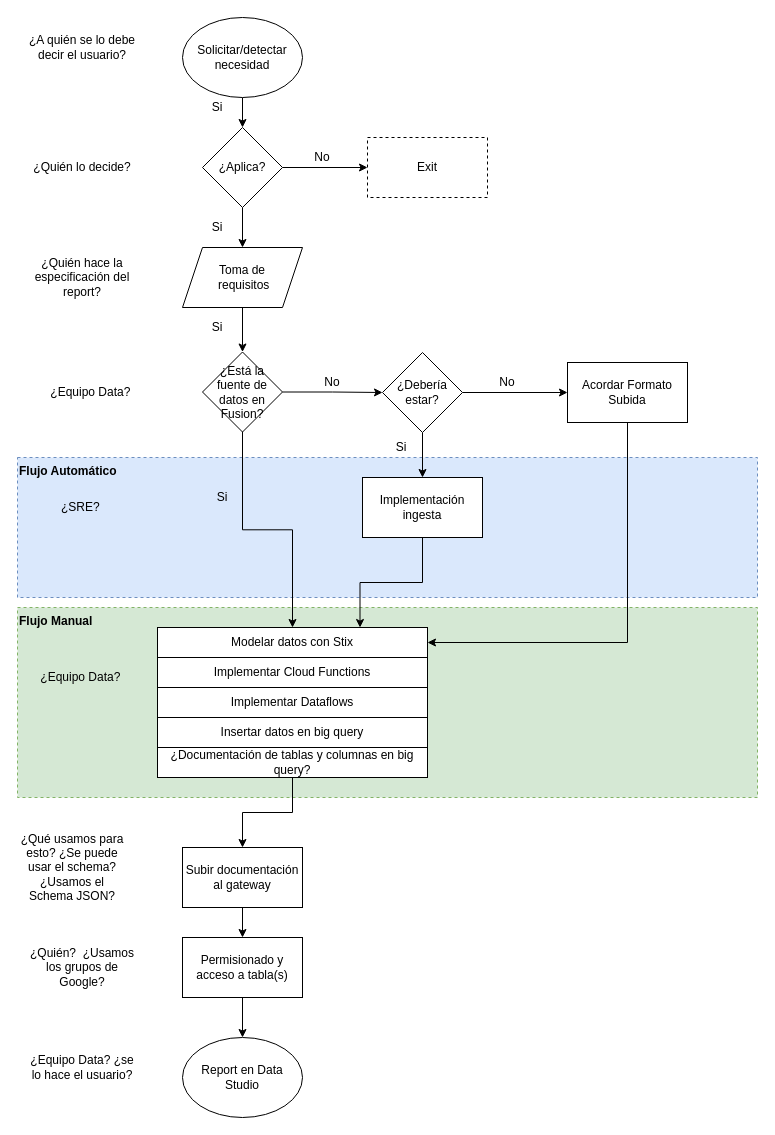
Before: userreporting.drawio in garretus/draw.io, a draw.io diagram. Source tidied: cells renumbered, new cells numbered last; positions are measured from the earlier drawing's top-left corner, leaving out a move shared by most shapes. Both pictures are drawn from the tidied source at 100%, with x=0, y=0 at pixel (17, 17).
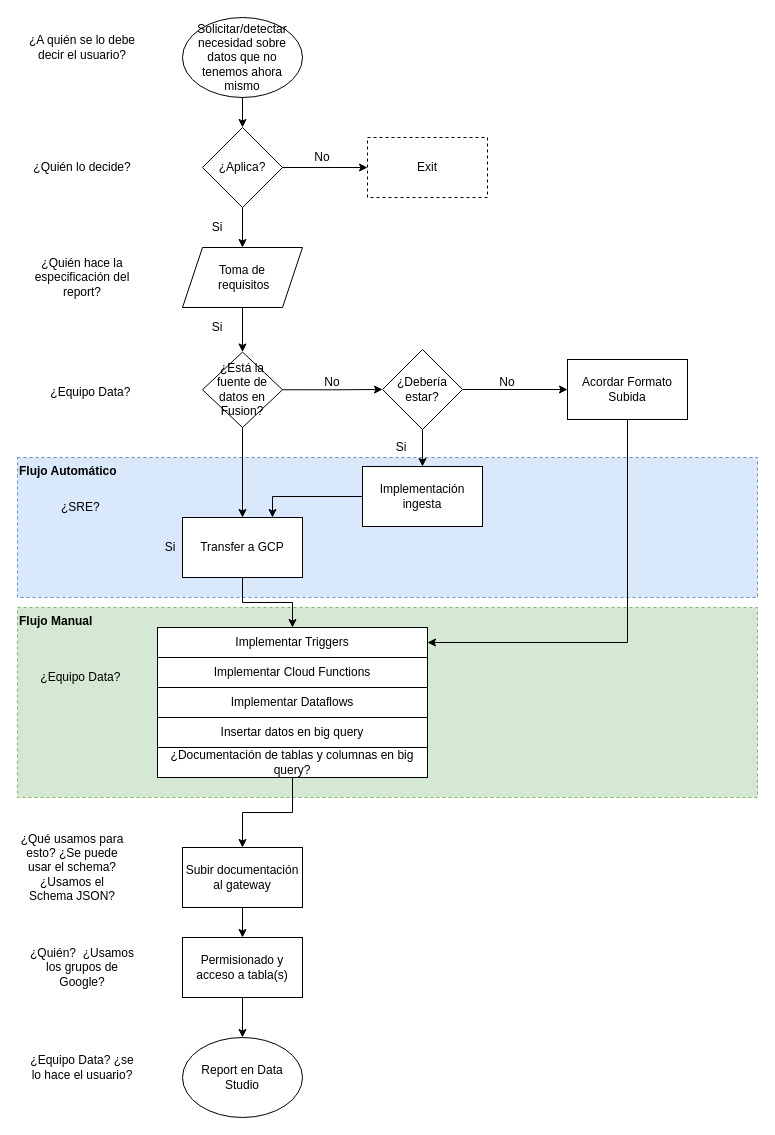
Above is the later version.

Change to the diagram source:
```diff
@@
-    <mxCell id="11" style="edgeStyle=orthogonalEdgeStyle;rounded=0;jettySize=auto;html=1;exitX=0.5;exitY=1;exitDx=0;exitDy=0;entryX=0.5;entryY=0;entryDx=0;entryDy=0;" parent="1" edge="1" source="12" target="21">
-      <mxGeometry relative="1" as="geometry" />
-    </mxCell>
+    <mxCell id="50" style="edgeStyle=orthogonalEdgeStyle;rounded=0;jettySize=auto;html=1;exitX=0.5;exitY=1;exitDx=0;exitDy=0;" parent="1" edge="1" source="12" target="53">
+      <mxGeometry relative="1" as="geometry" />
+    </mxCell>
     <mxCell id="12" value="¿Está la fuente de datos en Fusion?" style="rhombus;whiteSpace=wrap;html=1;" parent="1" vertex="1">
-      <mxGeometry x="185" y="334.5" width="80" height="80" as="geometry" />
+      <mxGeometry x="185" y="334.5" width="80" height="75.5" as="geometry" />
     </mxCell>
@@
     <mxCell id="15" value="¿Debería estar?" style="rhombus;whiteSpace=wrap;html=1;" parent="1" vertex="1">
-      <mxGeometry x="365" y="335" width="80" height="80" as="geometry" />
+      <mxGeometry x="365" y="332" width="80" height="80" as="geometry" />
     </mxCell>
@@
-    <mxCell id="17" value="&lt;span&gt;Solicitar/detectar necesidad&lt;/span&gt;" style="ellipse;whiteSpace=wrap;html=1;" parent="1" vertex="1">
+    <mxCell id="17" value="&lt;span&gt;Solicitar/detectar necesidad sobre datos que no tenemos ahora mismo&lt;/span&gt;" style="ellipse;whiteSpace=wrap;html=1;" parent="1" vertex="1">
       <mxGeometry x="165" width="120" height="80" as="geometry" />
     </mxCell>
-    <mxCell id="18" style="edgeStyle=orthogonalEdgeStyle;rounded=0;jettySize=auto;html=1;exitX=0.5;exitY=1;exitDx=0;exitDy=0;entryX=0.75;entryY=0;entryDx=0;entryDy=0;" parent="1" edge="1" source="19" target="21">
-      <mxGeometry relative="1" as="geometry" />
-    </mxCell>
+    <mxCell id="51" style="edgeStyle=orthogonalEdgeStyle;rounded=0;jettySize=auto;html=1;exitX=0;exitY=0.5;exitDx=0;exitDy=0;entryX=0.75;entryY=0;entryDx=0;entryDy=0;" parent="1" edge="1" source="19" target="53">
+      <mxGeometry relative="1" as="geometry" />
+    </mxCell>
     <mxCell id="19" value="Implementación ingesta" style="rounded=0;whiteSpace=wrap;html=1;" parent="1" vertex="1">
-      <mxGeometry x="345" y="460" width="120" height="60" as="geometry" />
+      <mxGeometry x="345" y="449" width="120" height="60" as="geometry" />
     </mxCell>
@@
-    <mxCell id="21" value="Modelar datos con Stix" style="rounded=0;whiteSpace=wrap;html=1;" parent="1" vertex="1">
+    <mxCell id="21" value="Implementar Triggers" style="rounded=0;whiteSpace=wrap;html=1;" parent="1" vertex="1">
       <mxGeometry x="140" y="610" width="270" height="30" as="geometry" />
     </mxCell>
@@
     <mxCell id="29" value="Acordar Formato Subida" style="rounded=0;whiteSpace=wrap;html=1;" parent="1" vertex="1">
-      <mxGeometry x="550" y="345" width="120" height="60" as="geometry" />
+      <mxGeometry x="550" y="342" width="120" height="60" as="geometry" />
     </mxCell>
@@
-    <mxCell id="44" value="Si" style="text;html=1;strokeColor=none;fillColor=none;align=center;verticalAlign=middle;whiteSpace=wrap;rounded=0;" parent="1" vertex="1">
-      <mxGeometry x="180" y="80" width="40" height="20" as="geometry" />
-    </mxCell>
@@
     <mxCell id="48" value="Si" style="text;html=1;strokeColor=none;fillColor=none;align=center;verticalAlign=middle;whiteSpace=wrap;rounded=0;" parent="1" vertex="1">
-      <mxGeometry x="185" y="470" width="40" height="20" as="geometry" />
+      <mxGeometry x="133" y="520" width="40" height="20" as="geometry" />
     </mxCell>
@@
+    <mxCell id="52" style="edgeStyle=orthogonalEdgeStyle;rounded=0;jettySize=auto;html=1;exitX=0.5;exitY=1;exitDx=0;exitDy=0;" parent="1" edge="1" source="53" target="21">
+      <mxGeometry relative="1" as="geometry" />
+    </mxCell>
+    <mxCell id="53" value="Transfer a GCP" style="rounded=0;whiteSpace=wrap;html=1;" parent="1" vertex="1">
+      <mxGeometry x="165" y="500" width="120" height="60" as="geometry" />
+    </mxCell>
```
